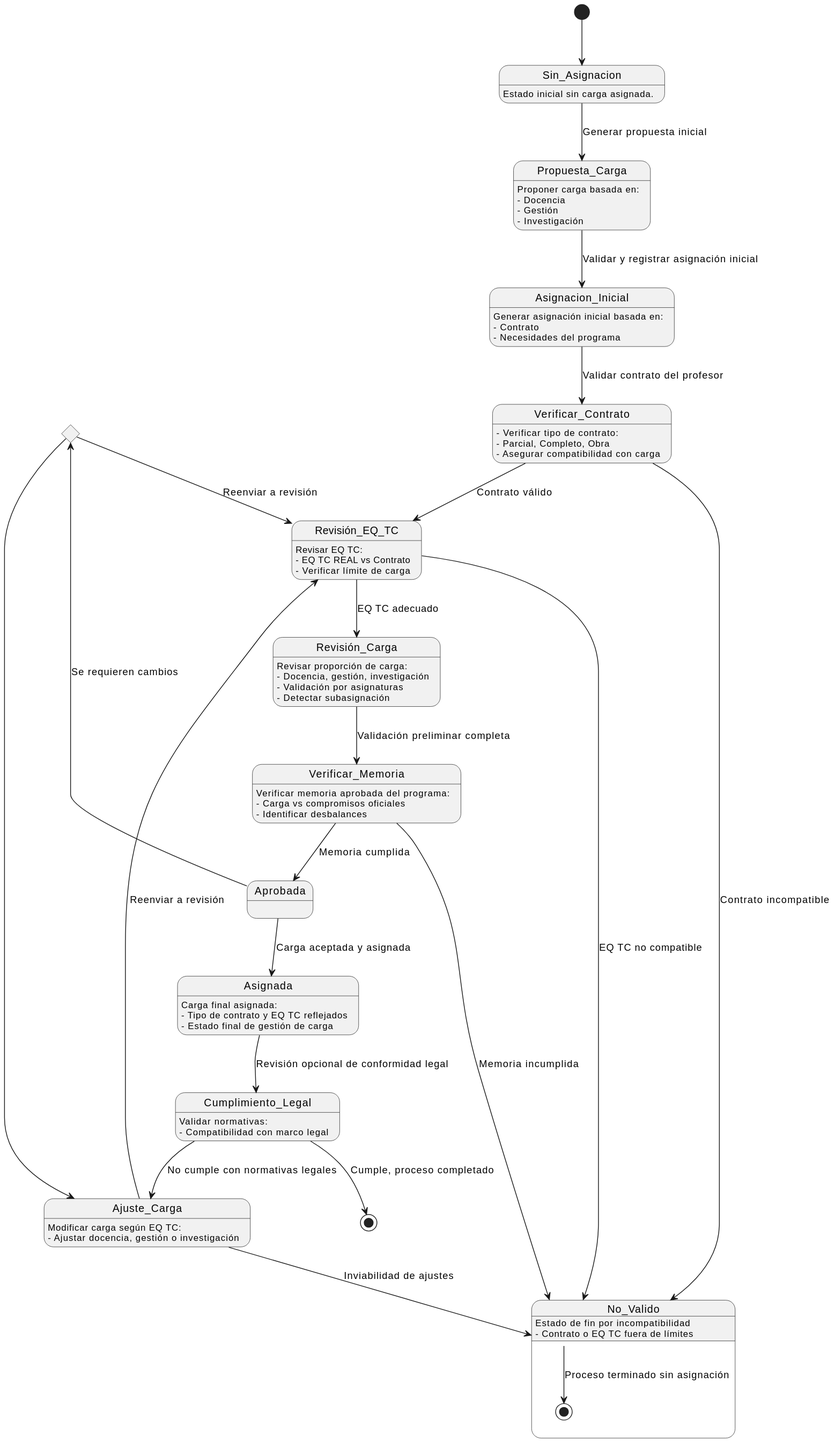
This is images/modelosUML/MdD/diagramaDeEstados.svg from mmasias/24-25-IdSw1-SDR, a PlantUML export, as it was before one commit.
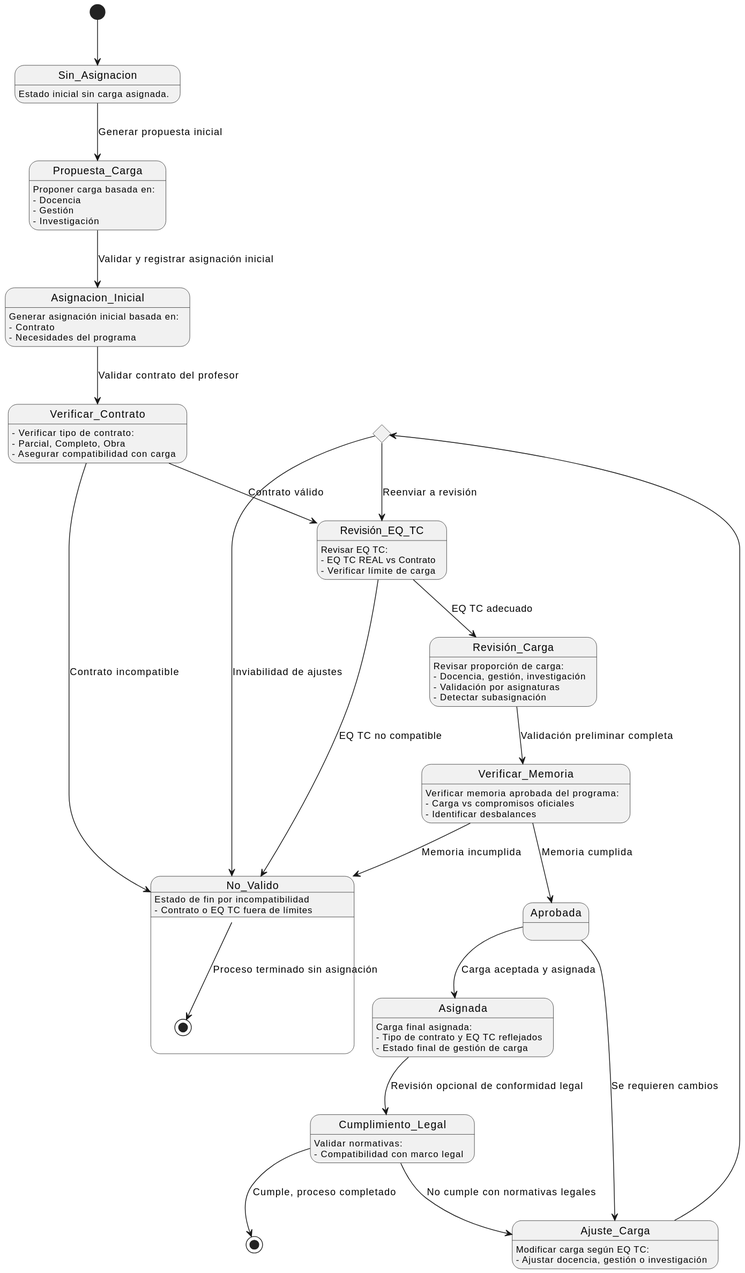
Later version of the same file.

Commit message:
Ajuste del diagrama de estados y sus respectivos cambios

Change to the diagram source:
```diff
@@ -87,14 +87,13 @@
 Cumplimiento_Legal --> Ajuste_Carga : No cumple con normativas legales
 Cumplimiento_Legal --> [*] : Cumple, proceso completado
 
-Aprobada --> choice: Se requieren cambios
-choice --> Revisión_EQ_TC: Reenviar a revisión
-choice --> Ajuste_Carga
+Aprobada --> Ajuste_Carga : Se requieren cambios
 
 state Ajuste_Carga {
     Ajuste_Carga : Modificar carga según EQ TC:
     Ajuste_Carga : - Ajustar docencia, gestión o investigación
-    Ajuste_Carga --> Revisión_EQ_TC : Reenviar a revisión
-    Ajuste_Carga --> No_Valido : Inviabilidad de ajustes
+    Ajuste_Carga --> choice
 }
+choice --> No_Valido : Inviabilidad de ajustes
+choice --> Revisión_EQ_TC : Reenviar a revisión
 @enduml
```
